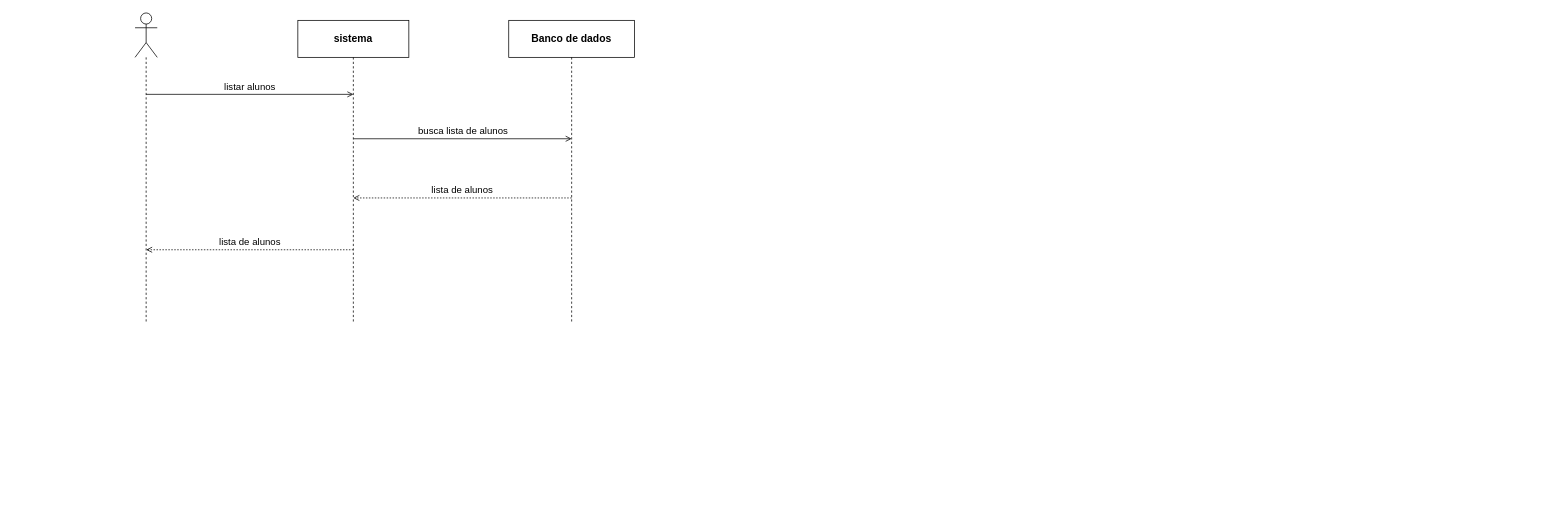
viniciusclima12-pixel/Sistema-escola keeps this draw.io diagram as page "Listar alunos" (4 of 24) of diagramas/sequencias/sequencias-todas.drawio. Above is the earlier version. Source tidied: cells renumbered, new cells numbered last; positions are measured from the earlier drawing's top-left corner, leaving out a move shared by most shapes. Both pictures are drawn from the tidied source at 74%, with x=0, y=0 at pixel (135, 13).
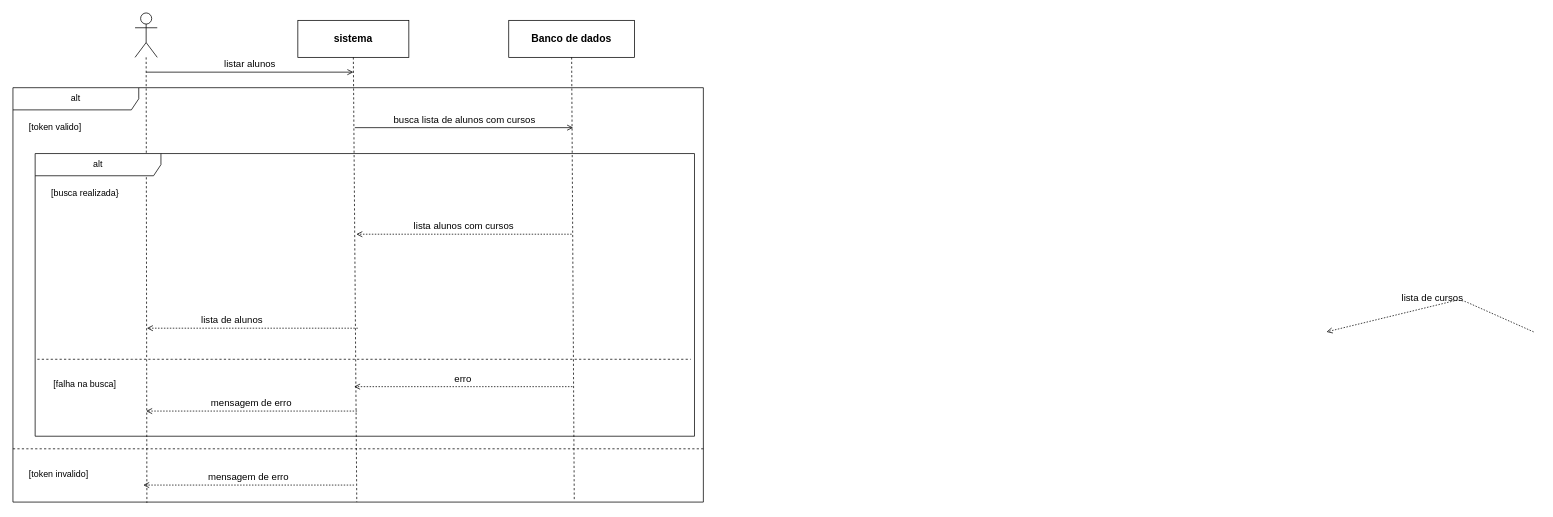
Above is the later version.

The change refers to these unchanged cells:
```xml
<mxCell id="2" style="shape=umlActor;verticalLabelPosition=bottom;verticalAlign=top;html=1;outlineConnect=0;strokeColor=#000000;fillColor=none;" parent="1" vertex="1">
  <mxGeometry width="30" height="60" as="geometry" />
</mxCell>
<mxCell id="4" value="sistema" style="rounded=0;whiteSpace=wrap;html=1;strokeColor=#000000;fillColor=none;fontStyle=1;fontSize=14;" parent="1" vertex="1">
  <mxGeometry x="220" y="10" width="150" height="50" as="geometry" />
</mxCell>
<mxCell id="6" value="Banco de dados" style="rounded=0;whiteSpace=wrap;html=1;strokeColor=#000000;fillColor=none;fontStyle=1;fontSize=14;" parent="1" vertex="1">
  <mxGeometry x="505" y="10" width="170" height="50" as="geometry" />
</mxCell>
```

Change to the diagram source:
```diff
@@
-    <mxCell id="3" style="endArrow=none;dashed=1;html=1;strokeColor=#000000;exitX=0.5;exitY=1;exitDx=0;exitDy=0;" parent="1" edge="1" source="2">
-      <mxGeometry relative="1" as="geometry">
-        <mxPoint x="15" y="420" as="targetPoint" />
-      </mxGeometry>
+    <mxCell id="3" style="endArrow=none;dashed=1;html=1;strokeColor=#000000;exitX=0.5;exitY=1;exitDx=0;exitDy=0;entryX=0.194;entryY=1.002;entryDx=0;entryDy=0;entryPerimeter=0;" parent="1" edge="1" source="2" target="12">
+      <mxGeometry relative="1" as="geometry" />
     </mxCell>
@@
-    <mxCell id="5" style="endArrow=none;dashed=1;html=1;strokeColor=#000000;exitX=0.5;exitY=1;exitDx=0;exitDy=0;" parent="1" edge="1" source="4">
-      <mxGeometry relative="1" as="geometry">
-        <mxPoint x="295" y="420" as="targetPoint" />
-      </mxGeometry>
+    <mxCell id="5" style="endArrow=none;dashed=1;html=1;strokeColor=#000000;exitX=0.5;exitY=1;exitDx=0;exitDy=0;entryX=0.498;entryY=1;entryDx=0;entryDy=0;entryPerimeter=0;" parent="1" edge="1" source="4" target="12">
+      <mxGeometry relative="1" as="geometry" />
     </mxCell>
@@
-    <mxCell id="7" style="endArrow=none;dashed=1;html=1;strokeColor=#000000;exitX=0.5;exitY=1;exitDx=0;exitDy=0;" parent="1" edge="1" source="6">
-      <mxGeometry relative="1" as="geometry">
-        <mxPoint x="590" y="420" as="targetPoint" />
-      </mxGeometry>
+    <mxCell id="7" style="endArrow=none;dashed=1;html=1;strokeColor=#000000;exitX=0.5;exitY=1;exitDx=0;exitDy=0;entryX=0.813;entryY=0.997;entryDx=0;entryDy=0;entryPerimeter=0;" parent="1" edge="1" source="6" target="12">
+      <mxGeometry relative="1" as="geometry" />
     </mxCell>
     <mxCell id="8" value="listar alunos" style="html=1;endArrow=open;startArrow=none;endFill=1;strokeColor=#000000;fontColor=#000000;fontSize=13;verticalAlign=bottom;labelBackgroundColor=none;" parent="1" edge="1">
       <mxGeometry relative="1" as="geometry">
-        <mxPoint x="15" y="110" as="sourcePoint" />
-        <mxPoint x="295" y="110" as="targetPoint" />
+        <mxPoint x="15" y="80" as="sourcePoint" />
+        <mxPoint x="295" y="80" as="targetPoint" />
       </mxGeometry>
     </mxCell>
+    <mxCell id="12" value="alt" style="shape=umlFrame;whiteSpace=wrap;html=1;width=170;" parent="1" vertex="1">
+      <mxGeometry x="-165" y="101" width="933" height="560" as="geometry" />
+    </mxCell>
+    <mxCell id="13" value="[token valido]" style="text;html=1;" parent="12" vertex="1">
+      <mxGeometry width="100" height="20" relative="1" as="geometry">
+        <mxPoint x="20" y="40" as="offset" />
+      </mxGeometry>
+    </mxCell>
+    <mxCell id="14" value="[token invalido]" style="line;strokeWidth=1;dashed=1;labelPosition=center;verticalLabelPosition=bottom;align=left;verticalAlign=top;spacingLeft=20;spacingTop=15;html=1;whiteSpace=wrap;" parent="12" vertex="1">
+      <mxGeometry y="483" width="933" height="10" as="geometry" />
+    </mxCell>
+    <mxCell id="15" value="mensagem de erro" style="html=1;endArrow=open;startArrow=none;endFill=1;dashed=1;dashPattern=2 2;strokeColor=#000000;fontColor=#000000;fontSize=13;verticalAlign=bottom;labelBackgroundColor=none;" parent="12" edge="1">
+      <mxGeometry relative="1" as="geometry">
+        <mxPoint x="461" y="537" as="sourcePoint" />
+        <mxPoint x="176" y="537" as="targetPoint" />
+      </mxGeometry>
+    </mxCell>
+    <mxCell id="16" value="&amp;nbsp;lista de alunos" style="html=1;endArrow=open;startArrow=none;endFill=1;dashed=1;dashPattern=2 2;strokeColor=#000000;fontColor=#000000;fontSize=13;verticalAlign=bottom;labelBackgroundColor=none;" parent="12" edge="1">
+      <mxGeometry x="0.21" relative="1" as="geometry">
+        <mxPoint x="466" y="325" as="sourcePoint" />
+        <mxPoint x="181" y="325" as="targetPoint" />
+      </mxGeometry>
+    </mxCell>
+    <mxCell id="17" value="alt" style="shape=umlFrame;whiteSpace=wrap;html=1;width=170;" parent="12" vertex="1">
+      <mxGeometry x="30" y="89" width="891" height="382" as="geometry" />
+    </mxCell>
+    <mxCell id="18" value="[busca realizada}" style="text;html=1;" parent="17" vertex="1">
+      <mxGeometry width="100" height="20" relative="1" as="geometry">
+        <mxPoint x="20" y="40" as="offset" />
+      </mxGeometry>
+    </mxCell>
+    <mxCell id="19" value="[falha na busca]" style="line;strokeWidth=1;dashed=1;labelPosition=center;verticalLabelPosition=bottom;align=left;verticalAlign=top;spacingLeft=20;spacingTop=15;html=1;whiteSpace=wrap;" parent="17" vertex="1">
+      <mxGeometry x="3" y="273" width="883" height="10" as="geometry" />
+    </mxCell>
+    <mxCell id="20" value="erro" style="html=1;endArrow=open;startArrow=none;endFill=1;dashed=1;dashPattern=2 2;strokeColor=#000000;fontColor=#000000;fontSize=13;verticalAlign=bottom;labelBackgroundColor=none;" parent="17" edge="1">
+      <mxGeometry relative="1" as="geometry">
+        <mxPoint x="726" y="315" as="sourcePoint" />
+        <mxPoint x="431" y="315" as="targetPoint" />
+      </mxGeometry>
+    </mxCell>
+    <mxCell id="21" value="mensagem de erro" style="html=1;endArrow=open;startArrow=none;endFill=1;dashed=1;dashPattern=2 2;strokeColor=#000000;fontColor=#000000;fontSize=13;verticalAlign=bottom;labelBackgroundColor=none;" parent="17" edge="1">
+      <mxGeometry relative="1" as="geometry">
+        <mxPoint x="435" y="348" as="sourcePoint" />
+        <mxPoint x="150" y="348" as="targetPoint" />
+      </mxGeometry>
+    </mxCell>
+    <mxCell id="22" value="lista alunos com cursos" style="html=1;endArrow=open;startArrow=none;endFill=1;dashed=1;dashPattern=2 2;strokeColor=#000000;fontColor=#000000;fontSize=13;verticalAlign=bottom;labelBackgroundColor=none;" parent="17" edge="1">
+      <mxGeometry relative="1" as="geometry">
+        <mxPoint x="725" y="109" as="sourcePoint" />
+        <mxPoint x="434" y="109" as="targetPoint" />
+      </mxGeometry>
+    </mxCell>
-    <mxCell id="9" value="busca lista de alunos" style="html=1;endArrow=open;startArrow=none;endFill=1;strokeColor=#000000;fontColor=#000000;fontSize=13;verticalAlign=bottom;labelBackgroundColor=none;" parent="1" edge="1">
+    <mxCell id="9" value="busca lista de alunos com cursos" style="html=1;endArrow=open;startArrow=none;endFill=1;strokeColor=#000000;fontColor=#000000;fontSize=13;verticalAlign=bottom;labelBackgroundColor=none;" parent="12" edge="1">
       <mxGeometry relative="1" as="geometry">
-        <mxPoint x="295" y="170" as="sourcePoint" />
-        <mxPoint x="590" y="170" as="targetPoint" />
+        <mxPoint x="462" y="54" as="sourcePoint" />
+        <mxPoint x="757" y="54" as="targetPoint" />
       </mxGeometry>
     </mxCell>
-    <mxCell id="10" value="lista de alunos" style="html=1;endArrow=open;startArrow=none;endFill=1;dashed=1;dashPattern=2 2;strokeColor=#000000;fontColor=#000000;fontSize=13;verticalAlign=bottom;labelBackgroundColor=none;" parent="1" edge="1">
-      <mxGeometry relative="1" as="geometry">
-        <mxPoint x="590" y="250" as="sourcePoint" />
-        <mxPoint x="295" y="250" as="targetPoint" />
-      </mxGeometry>
-    </mxCell>
-    <mxCell id="11" value="lista de alunos" style="html=1;endArrow=open;startArrow=none;endFill=1;dashed=1;dashPattern=2 2;strokeColor=#000000;fontColor=#000000;fontSize=13;verticalAlign=bottom;labelBackgroundColor=none;" parent="1" edge="1">
-      <mxGeometry relative="1" as="geometry">
-        <mxPoint x="295" y="320" as="sourcePoint" />
-        <mxPoint x="15" y="320" as="targetPoint" />
-      </mxGeometry>
-    </mxCell>
+    <mxCell id="23" value="lista de cursos" style="html=1;endArrow=open;startArrow=none;endFill=1;dashed=1;dashPattern=2 2;strokeColor=#000000;fontColor=#000000;fontSize=13;verticalAlign=bottom;labelBackgroundColor=none;" parent="1" edge="1">
+      <mxGeometry relative="1" as="geometry">
+        <mxPoint x="1890" y="431" as="sourcePoint" />
+        <mxPoint x="1610" y="431" as="targetPoint" />
+        <Array as="points">
+          <mxPoint x="1791" y="387" />
+        </Array>
+      </mxGeometry>
+    </mxCell>
```
